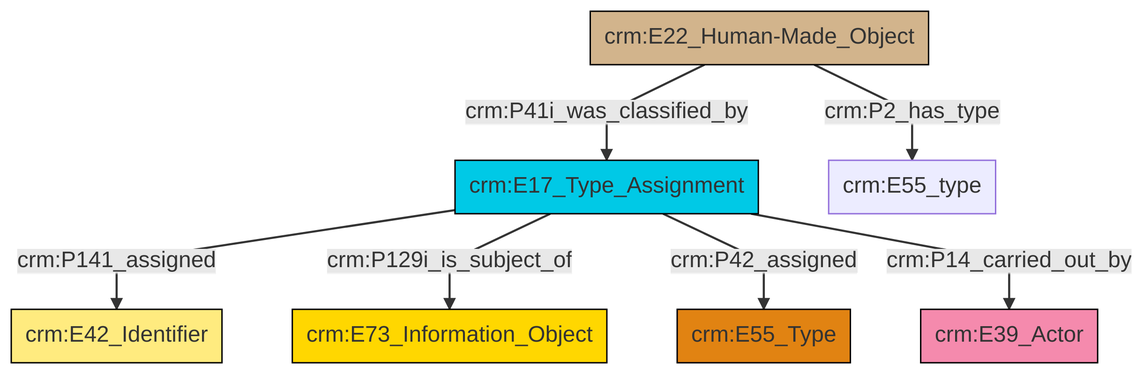
This is et/builtWorkCSV/ttl/mmd/png/Built_Work_designation_status.png from swiss-art-research-net/docs.swissartresearch, a Mermaid export, as it was before one commit. Its source is kept beside it as et/builtWorkCSV/ttl/mmd/Built_Work_designation_status.ttl.mmd.
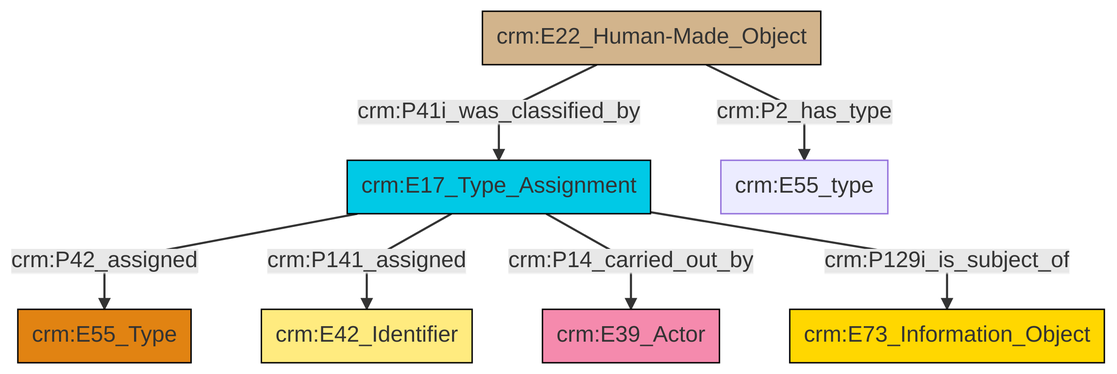
Later version of the same file.

Diff of the diagram source:
```diff
@@ -13,9 +13,9 @@
 classDef PC_Classes fill:#4ce600, stroke:#000000;
 classDef Multi fill:#cccccc,stroke:#000000;
 
-0["crm:E17_Type_Assignment"]:::Temporal_Entity -->|crm:P141_assigned| 1["crm:E42_Identifier"]:::Appellation
-0["crm:E17_Type_Assignment"]:::Temporal_Entity -->|crm:P129i_is_subject_of| 2["crm:E73_Information_Object"]:::Conceptual_Object
-3["crm:E22_Human-Made_Object"]:::Physical_Thing -->|crm:P41i_was_classified_by| 0["crm:E17_Type_Assignment"]:::Temporal_Entity
-0["crm:E17_Type_Assignment"]:::Temporal_Entity -->|crm:P42_assigned| 4["crm:E55_Type"]:::Type
-0["crm:E17_Type_Assignment"]:::Temporal_Entity -->|crm:P14_carried_out_by| 5["crm:E39_Actor"]:::Actor
-3["crm:E22_Human-Made_Object"]:::Physical_Thing -->|crm:P2_has_type| 13["crm:E55_type"]:::Default
+6["crm:E22_Human-Made_Object"]:::Physical_Thing -->|crm:P41i_was_classified_by| 7["crm:E17_Type_Assignment"]:::Temporal_Entity
+7["crm:E17_Type_Assignment"]:::Temporal_Entity -->|crm:P42_assigned| 0["crm:E55_Type"]:::Type
+7["crm:E17_Type_Assignment"]:::Temporal_Entity -->|crm:P141_assigned| 2["crm:E42_Identifier"]:::Appellation
+7["crm:E17_Type_Assignment"]:::Temporal_Entity -->|crm:P14_carried_out_by| 4["crm:E39_Actor"]:::Actor
+7["crm:E17_Type_Assignment"]:::Temporal_Entity -->|crm:P129i_is_subject_of| 8["crm:E73_Information_Object"]:::Conceptual_Object
+6["crm:E22_Human-Made_Object"]:::Physical_Thing -->|crm:P2_has_type| 11["crm:E55_type"]:::Default
```
